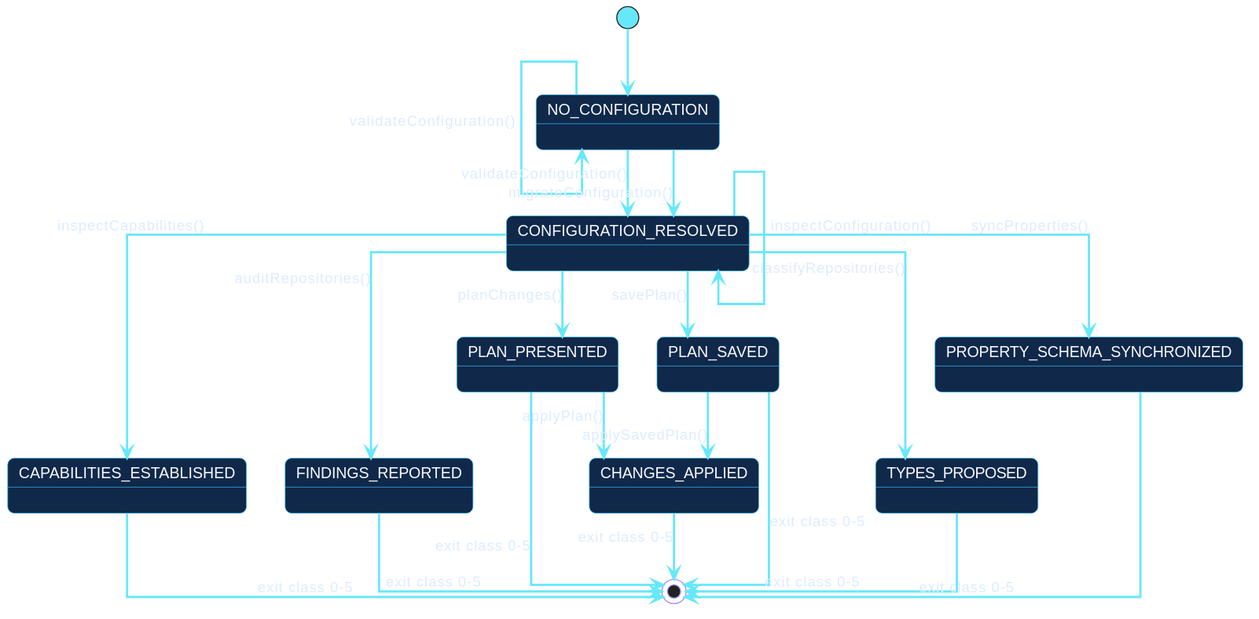
hector-ae21/octoform-docs keeps this PlantUML diagram as docs/assets/diagrams/operator-context.svg. Above is the earlier version. Its diagram source:
```plantuml
@startuml
!include _theme.iuml
skinparam linetype ortho

state "NO_CONFIGURATION" as NoConfig
state "CONFIGURATION_RESOLVED" as Resolved
state "CAPABILITIES_ESTABLISHED" as Capabilities
state "FINDINGS_REPORTED" as Findings
state "PLAN_PRESENTED" as PlanPresented
state "PLAN_SAVED" as PlanSaved
state "CHANGES_APPLIED" as Applied
state "TYPES_PROPOSED" as Types
state "PROPERTY_SCHEMA_SYNCHRONIZED" as Properties

[*] --> NoConfig
NoConfig --> NoConfig : validateConfiguration()
NoConfig --> Resolved : validateConfiguration()
NoConfig --> Resolved : migrateConfiguration()

Resolved --> Resolved : inspectConfiguration()
Resolved --> Capabilities : inspectCapabilities()
Resolved --> Findings : auditRepositories()
Resolved --> PlanPresented : planChanges()
Resolved --> PlanSaved : savePlan()
Resolved --> Types : classifyRepositories()
Resolved --> Properties : syncProperties()

PlanPresented --> Applied : applyPlan()
PlanSaved --> Applied : applySavedPlan()

Capabilities --> [*] : exit class 0-5
Findings --> [*] : exit class 0-5
PlanPresented --> [*] : exit class 0-5
PlanSaved --> [*] : exit class 0-5
Applied --> [*] : exit class 0-5
Types --> [*] : exit class 0-5
Properties --> [*] : exit class 0-5
@enduml
```
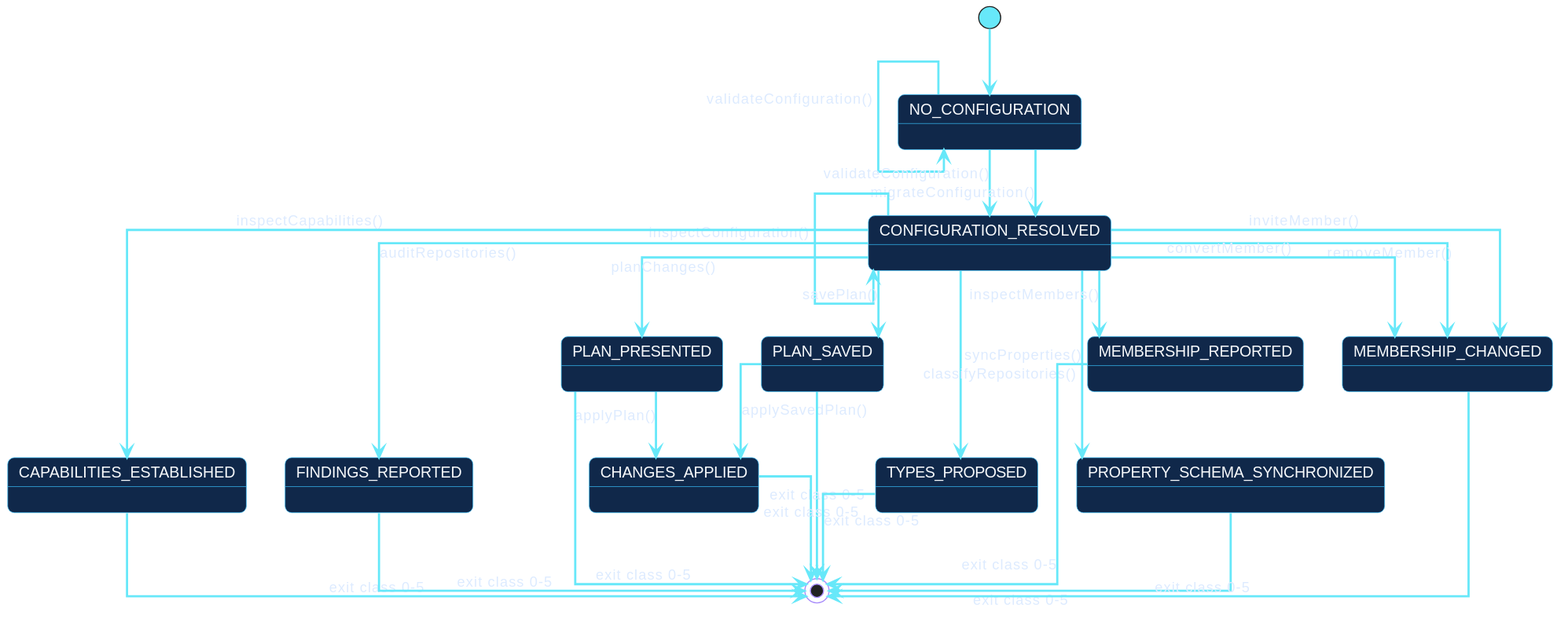
After the change.

Diff of the diagram source:
```diff
@@ -11,6 +11,8 @@
 state "CHANGES_APPLIED" as Applied
 state "TYPES_PROPOSED" as Types
 state "PROPERTY_SCHEMA_SYNCHRONIZED" as Properties
+state "MEMBERSHIP_REPORTED" as MembershipReported
+state "MEMBERSHIP_CHANGED" as MembershipChanged
 
 [*] --> NoConfig
 NoConfig --> NoConfig : validateConfiguration()
@@ -24,6 +26,10 @@
 Resolved --> PlanSaved : savePlan()
 Resolved --> Types : classifyRepositories()
 Resolved --> Properties : syncProperties()
+Resolved --> MembershipReported : inspectMembers()
+Resolved --> MembershipChanged : inviteMember()
+Resolved --> MembershipChanged : removeMember()
+Resolved --> MembershipChanged : convertMember()
 
 PlanPresented --> Applied : applyPlan()
 PlanSaved --> Applied : applySavedPlan()
@@ -35,4 +41,6 @@
 Applied --> [*] : exit class 0-5
 Types --> [*] : exit class 0-5
 Properties --> [*] : exit class 0-5
+MembershipReported --> [*] : exit class 0-5
+MembershipChanged --> [*] : exit class 0-5
 @enduml
```
